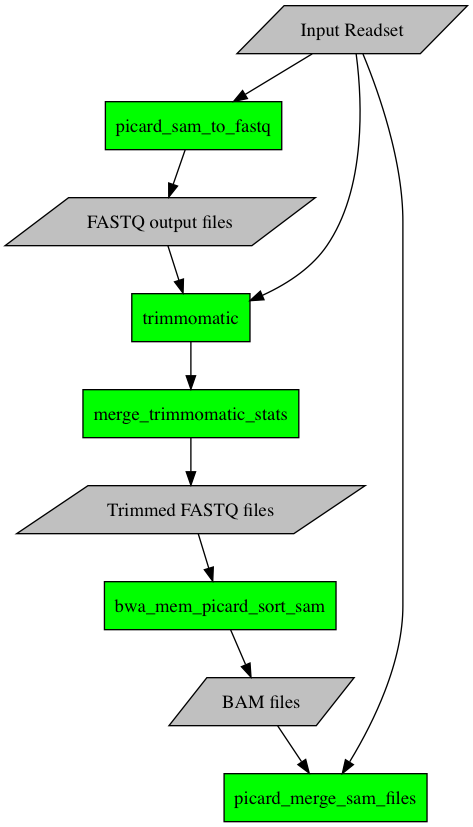
The Graphviz diagram outfile.png in GauthamGoli/flowchartcreator-selectiontest, before a commit. Its source is kept beside it as outfile.gv.
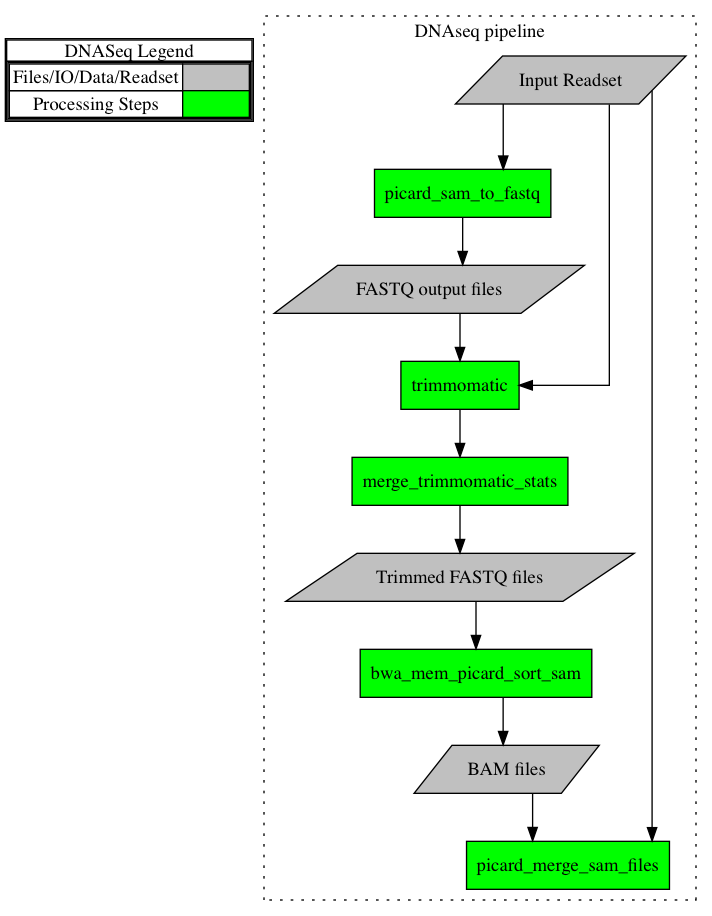
The same file after the commit.

Commit message:
Add legend, and cluster

Change to the diagram source:
```diff
@@ -1,4 +1,33 @@
 digraph G {
+splines=ortho;
+nodesep=0.5;
+subgraph legend {
+rank=min;
+label=legend;
+Legend [shape=none, margin=0, label=<<table cellspacing="0" cellpadding="0" border="1" width="100px"><tr><td>DNASeq Legend</td></tr><tr><td>
+				<table cellspacing="0">
+				<tr><td>Files/IO/Data/Readset</td><td bgcolor='grey' width="50px"></td></tr>
+				<tr><td>Processing Steps</td><td bgcolor='green'></td></tr>
+				</table></td></tr></table>>];
+}
+
+subgraph cluster_firstfive {
+color=black;
+style=filled;
+label="DNAseq pipeline";
+graph [style=dotted];
+node1;
+node2;
+node3;
+node4;
+node5;
+node6;
+node7;
+node8;
+node9;
+graph [style=dotted];
+}
+
 node1 [shape=parallelogram, style=filled, fillcolor=grey, label="Input Readset"];
 node2 [shape=rect, style=filled, fillcolor=green, label=picard_sam_to_fastq];
 node3 [shape=parallelogram, style=filled, fillcolor=grey, label="FASTQ output files"];
```
